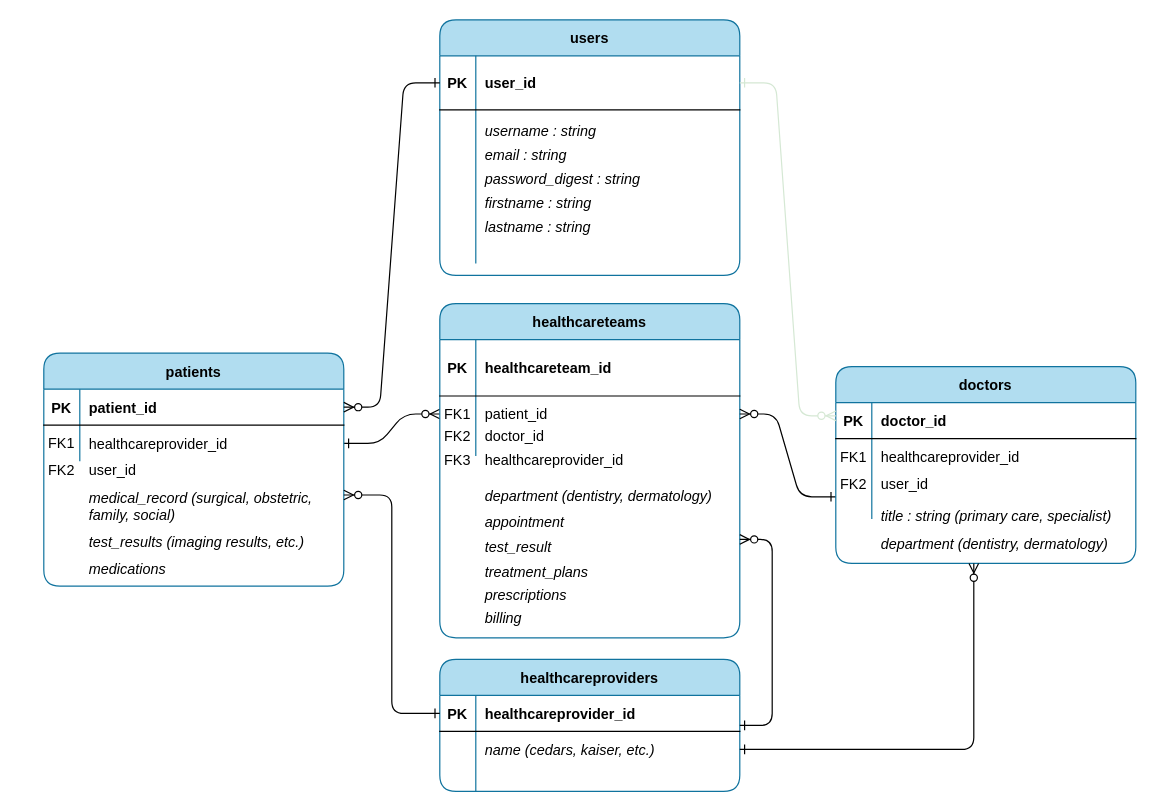
The draw.io diagram PlanMyMDVisit.drawio in fentybit/PlanMyMDVisit, before the edit. Source tidied: cells renumbered, new cells numbered last; positions are measured from the earlier drawing's top-left corner, leaving out a move shared by most shapes. Both pictures are drawn from the tidied source at 120%, with x=0, y=0 at pixel (43, 19).
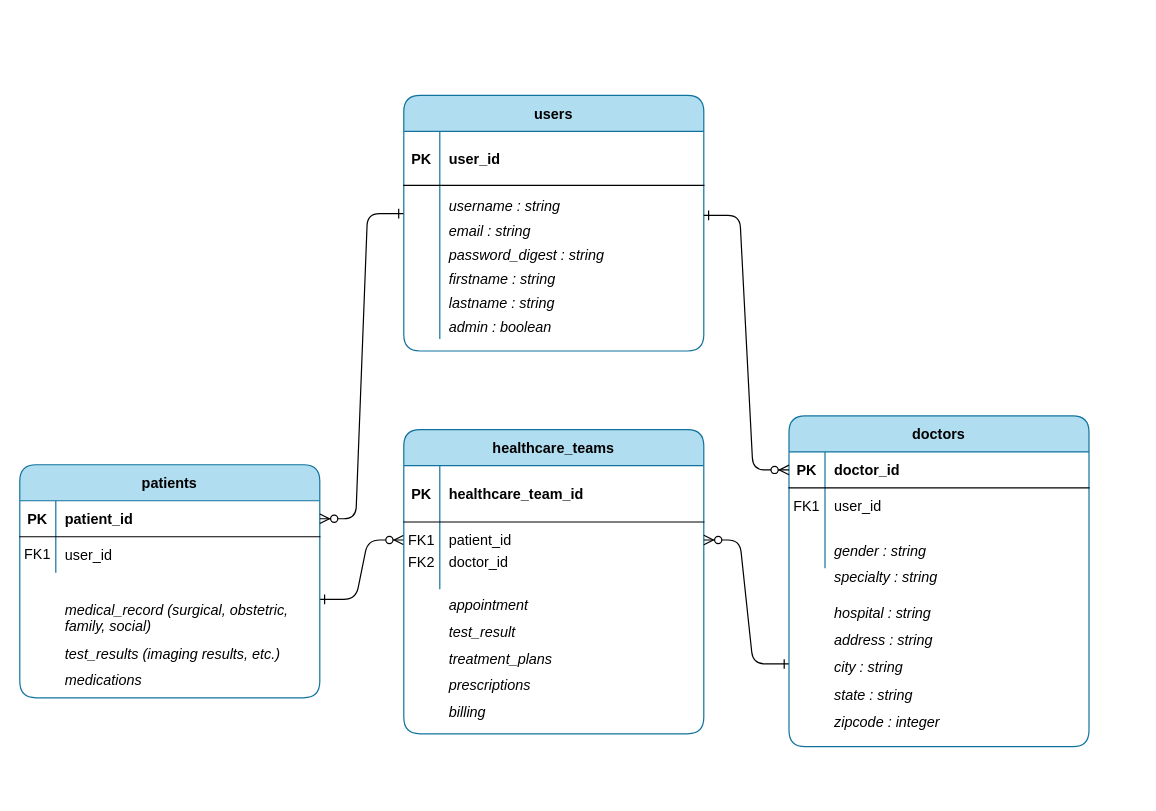
The same diagram, later.

Unchanged cells that the change refers to:
```xml
<mxCell id="4" style="shape=partialRectangle;fillColor=none;top=0;left=0;right=0;bottom=1;" parent="3" vertex="1">
  <mxGeometry y="30" width="250" height="47" as="geometry" />
</mxCell>
<mxCell id="7" style="shape=partialRectangle;fillColor=none;points=[[0,0.5],[1,0.5]];portConstraint=eastwest;top=0;left=0;right=0;bottom=0;" parent="3" vertex="1">
  <mxGeometry y="77" width="250" height="30" as="geometry" />
</mxCell>
<mxCell id="14" style="shape=partialRectangle;fillColor=none;points=[[0,0.5],[1,0.5]];portConstraint=eastwest;top=0;left=0;right=0;bottom=1;" parent="13" vertex="1">
  <mxGeometry y="30" width="250" height="30" as="geometry" />
</mxCell>
<mxCell id="17" style="shape=partialRectangle;fillColor=none;top=0;left=0;right=0;bottom=0;" parent="13" vertex="1">
  <mxGeometry y="60" width="250" height="30" as="geometry" />
</mxCell>
<mxCell id="23" style="shape=partialRectangle;fillColor=none;points=[[0,0.5],[1,0.5]];portConstraint=eastwest;top=0;left=0;right=0;bottom=1;" parent="22" vertex="1">
  <mxGeometry y="30" width="250" height="30" as="geometry" />
</mxCell>
<mxCell id="26" style="shape=partialRectangle;fillColor=none;top=0;left=0;right=0;bottom=0;" parent="22" vertex="1">
  <mxGeometry y="60" width="250" height="30" as="geometry" />
</mxCell>
<mxCell id="29" style="shape=partialRectangle;fillColor=none;points=[[0,0.5],[1,0.5]];portConstraint=eastwest;top=0;left=0;right=0;bottom=0;" parent="22" vertex="1">
  <mxGeometry y="90" width="250" height="37" as="geometry" />
</mxCell>
<mxCell id="34" style="shape=partialRectangle;fillColor=none;points=[[0,0.5],[1,0.5]];portConstraint=eastwest;top=0;left=0;right=0;bottom=1;" parent="33" vertex="1">
  <mxGeometry y="30" width="250" height="45" as="geometry" />
</mxCell>
<mxCell id="40" style="shape=partialRectangle;fillColor=none;points=[[0,0.5],[1,0.5]];portConstraint=eastwest;top=0;left=0;right=0;bottom=0;" parent="33" vertex="1">
  <mxGeometry y="105" width="250" height="98" as="geometry" />
</mxCell>
```

Diff of the diagram source:
```diff
@@
     <mxCell id="2" style="edgeStyle=entityRelationEdgeStyle;endArrow=ERzeroToMany;startArrow=ERone;endFill=1;startFill=0;" parent="1" edge="1" target="7">
       <mxGeometry relative="1" as="geometry">
-        <mxPoint x="250" y="353" as="sourcePoint" />
+        <mxPoint x="230" y="483" as="sourcePoint" />
       </mxGeometry>
     </mxCell>
-    <mxCell id="3" value="healthcareteams" style="shape=table;startSize=30;childLayout=tableLayout;rowLines=0;fontStyle=1;align=center;rounded=1;fillColor=#b1ddf0;strokeColor=#10739e;" parent="1" vertex="1">
-      <mxGeometry x="330" y="236.5" width="250" height="278.5" as="geometry" />
+    <mxCell id="3" value="healthcare_teams" style="shape=table;startSize=30;childLayout=tableLayout;rowLines=0;fontStyle=1;align=center;rounded=1;fillColor=#b1ddf0;strokeColor=#10739e;" parent="1" vertex="1">
+      <mxGeometry x="300" y="341.5" width="250" height="253.5" as="geometry" />
     </mxCell>
@@
-    <mxCell id="6" value="healthcareteam_id" style="shape=partialRectangle;overflow=hidden;fillColor=none;top=0;left=0;bottom=0;right=0;align=left;spacingLeft=6;fontStyle=1;" parent="4" vertex="1">
+    <mxCell id="6" value="healthcare_team_id" style="shape=partialRectangle;overflow=hidden;fillColor=none;top=0;left=0;bottom=0;right=0;align=left;spacingLeft=6;fontStyle=1;" parent="4" vertex="1">
       <mxGeometry x="30" width="220" height="47" as="geometry" />
     </mxCell>
@@
     <mxCell id="10" style="shape=partialRectangle;fillColor=none;top=0;left=0;right=0;bottom=0;" parent="3" vertex="1">
-      <mxGeometry y="107" width="250" height="20" as="geometry" />
+      <mxGeometry y="107" width="250" height="26" as="geometry" />
     </mxCell>
     <mxCell id="11" style="shape=partialRectangle;overflow=hidden;fillColor=none;top=0;left=0;bottom=0;right=0;" parent="10" vertex="1">
-      <mxGeometry width="30" height="20" as="geometry" />
+      <mxGeometry width="30" height="26" as="geometry" />
     </mxCell>
     <mxCell id="12" style="shape=partialRectangle;overflow=hidden;fillColor=none;top=0;left=0;bottom=0;right=0;align=left;spacingLeft=6;" parent="10" vertex="1">
-      <mxGeometry x="30" width="220" height="20" as="geometry" />
+      <mxGeometry x="30" width="220" height="26" as="geometry" />
     </mxCell>
     <mxCell id="13" value="patients" style="shape=table;startSize=30;childLayout=tableLayout;rowLines=0;fontStyle=1;align=center;rounded=1;fillColor=#b1ddf0;strokeColor=#10739e;" parent="1" vertex="1">
-      <mxGeometry y="277.8" width="250" height="194.2" as="geometry" />
+      <mxGeometry x="-20" y="370.8" width="250" height="194.2" as="geometry" />
     </mxCell>
@@
-    <mxCell id="19" value="healthcareprovider_id" style="shape=partialRectangle;overflow=hidden;fillColor=none;top=0;left=0;bottom=0;right=0;align=left;spacingLeft=6;" parent="17" vertex="1">
+    <mxCell id="19" value="user_id" style="shape=partialRectangle;overflow=hidden;fillColor=none;top=0;left=0;bottom=0;right=0;align=left;spacingLeft=6;" parent="17" vertex="1">
       <mxGeometry x="30" width="220" height="30" as="geometry" />
     </mxCell>
-    <mxCell id="20" style="edgeStyle=entityRelationEdgeStyle;endArrow=ERzeroToMany;startArrow=ERone;endFill=1;startFill=0;exitX=0;exitY=0.5;exitDx=0;exitDy=0;entryX=1;entryY=0.5;entryDx=0;entryDy=0;" parent="1" edge="1" source="29" target="7">
+    <mxCell id="20" style="edgeStyle=entityRelationEdgeStyle;endArrow=ERzeroToMany;startArrow=ERone;endFill=1;startFill=0;entryX=1;entryY=0.5;entryDx=0;entryDy=0;exitX=0;exitY=0.75;exitDx=0;exitDy=0;" parent="1" edge="1" source="22" target="7">
       <mxGeometry relative="1" as="geometry" />
     </mxCell>
     <mxCell id="21" value="FK2" style="shape=partialRectangle;overflow=hidden;fillColor=none;top=0;left=0;bottom=0;right=0;" parent="1" vertex="1">
-      <mxGeometry x="330" y="331.5" width="30" height="30" as="geometry" />
+      <mxGeometry x="300" y="436.5" width="30" height="30" as="geometry" />
     </mxCell>
     <mxCell id="22" value="doctors" style="shape=table;startSize=30;childLayout=tableLayout;rowLines=0;fontStyle=1;align=center;rounded=1;fillColor=#b1ddf0;strokeColor=#10739e;" parent="1" vertex="1">
-      <mxGeometry x="660" y="289" width="250" height="164" as="geometry" />
+      <mxGeometry x="621" y="330.1" width="250" height="275.6" as="geometry" />
     </mxCell>
@@
-    <mxCell id="28" value="healthcareprovider_id" style="shape=partialRectangle;overflow=hidden;fillColor=none;top=0;left=0;bottom=0;right=0;align=left;spacingLeft=6;" parent="26" vertex="1">
+    <mxCell id="28" value="user_id" style="shape=partialRectangle;overflow=hidden;fillColor=none;top=0;left=0;bottom=0;right=0;align=left;spacingLeft=6;" parent="26" vertex="1">
       <mxGeometry x="30" width="220" height="30" as="geometry" />
     </mxCell>
@@
     <mxCell id="32" value="doctor_id" style="shape=partialRectangle;overflow=hidden;fillColor=none;top=0;left=0;bottom=0;right=0;align=left;spacingLeft=6;" parent="1" vertex="1">
-      <mxGeometry x="360" y="331.5" width="220" height="30" as="geometry" />
+      <mxGeometry x="330" y="436.5" width="220" height="30" as="geometry" />
     </mxCell>
     <mxCell id="33" value="users" style="shape=table;startSize=30;childLayout=tableLayout;rowLines=0;fontStyle=1;align=center;rounded=1;fillColor=#b1ddf0;strokeColor=#10739e;" parent="1" vertex="1">
-      <mxGeometry x="330" width="250" height="213" as="geometry" />
+      <mxGeometry x="300" y="63" width="250" height="213" as="geometry" />
     </mxCell>
@@
-    <mxCell id="43" style="edgeStyle=entityRelationEdgeStyle;endArrow=ERzeroToMany;startArrow=ERone;endFill=1;startFill=0;exitX=0;exitY=0.5;exitDx=0;exitDy=0;entryX=1;entryY=0.5;entryDx=0;entryDy=0;" parent="1" edge="1" source="34" target="14">
+    <mxCell id="43" style="edgeStyle=entityRelationEdgeStyle;endArrow=ERzeroToMany;startArrow=ERone;endFill=1;startFill=0;entryX=1;entryY=0.5;entryDx=0;entryDy=0;exitX=-0.001;exitY=-0.066;exitDx=0;exitDy=0;exitPerimeter=0;" parent="1" edge="1" source="40" target="14">
       <mxGeometry relative="1" as="geometry" />
     </mxCell>
-    <mxCell id="44" style="edgeStyle=entityRelationEdgeStyle;endArrow=ERzeroToMany;startArrow=ERone;endFill=1;startFill=0;exitX=1;exitY=0.5;exitDx=0;exitDy=0;entryX=0;entryY=0.25;entryDx=0;entryDy=0;strokeColor=#D5E8D4;" parent="1" edge="1" source="34" target="22">
-      <mxGeometry relative="1" as="geometry" />
-    </mxCell>
     <mxCell id="45" value="firstname : string" style="shape=partialRectangle;overflow=hidden;fillColor=none;top=0;left=0;bottom=0;right=0;align=left;spacingLeft=6;fontStyle=2;" parent="1" vertex="1">
-      <mxGeometry x="360" y="137" width="220" height="30" as="geometry" />
+      <mxGeometry x="330" y="201" width="220" height="30" as="geometry" />
     </mxCell>
     <mxCell id="46" value="lastname : string" style="shape=partialRectangle;overflow=hidden;fillColor=none;top=0;left=0;bottom=0;right=0;align=left;spacingLeft=6;fontStyle=2;" parent="1" vertex="1">
-      <mxGeometry x="360" y="157" width="220" height="30" as="geometry" />
+      <mxGeometry x="330" y="221" width="220" height="30" as="geometry" />
     </mxCell>
     <mxCell id="47" value="email : string" style="shape=partialRectangle;overflow=hidden;fillColor=none;top=0;left=0;bottom=0;right=0;align=left;spacingLeft=6;fontStyle=2;" parent="1" vertex="1">
-      <mxGeometry x="360" y="97" width="220" height="30" as="geometry" />
+      <mxGeometry x="330" y="161" width="220" height="30" as="geometry" />
     </mxCell>
     <mxCell id="48" value="password_digest : string" style="shape=partialRectangle;overflow=hidden;fillColor=none;top=0;left=0;bottom=0;right=0;align=left;spacingLeft=6;fontStyle=2;" parent="1" vertex="1">
-      <mxGeometry x="360" y="117" width="220" height="30" as="geometry" />
+      <mxGeometry x="330" y="181" width="220" height="30" as="geometry" />
     </mxCell>
     <mxCell id="49" value="username : string" style="shape=partialRectangle;overflow=hidden;fillColor=none;top=0;left=0;bottom=0;right=0;align=left;spacingLeft=6;fontStyle=2;" parent="1" vertex="1">
-      <mxGeometry x="360" y="77" width="220" height="30" as="geometry" />
+      <mxGeometry x="330" y="140" width="220" height="30" as="geometry" />
     </mxCell>
-    <mxCell id="50" value="user_id" style="shape=partialRectangle;overflow=hidden;fillColor=none;top=0;left=0;bottom=0;right=0;align=left;spacingLeft=6;" parent="1" vertex="1">
-      <mxGeometry x="30" y="360.2" width="220" height="30" as="geometry" />
-    </mxCell>
     <mxCell id="51" value="FK1" style="shape=partialRectangle;overflow=hidden;fillColor=none;top=0;left=0;bottom=0;right=0;" parent="1" vertex="1">
-      <mxGeometry y="337.2" width="30" height="30" as="geometry" />
+      <mxGeometry x="-20" y="430.2" width="30" height="30" as="geometry" />
     </mxCell>
-    <mxCell id="52" value="FK2" style="shape=partialRectangle;overflow=hidden;fillColor=none;top=0;left=0;bottom=0;right=0;" parent="1" vertex="1">
-      <mxGeometry y="360.2" width="30" height="30" as="geometry" />
-    </mxCell>
-    <mxCell id="53" value="user_id" style="shape=partialRectangle;overflow=hidden;fillColor=none;top=0;left=0;bottom=0;right=0;align=left;spacingLeft=6;" parent="1" vertex="1">
-      <mxGeometry x="690" y="371.5" width="220" height="30" as="geometry" />
-    </mxCell>
-    <mxCell id="54" value="FK2" style="shape=partialRectangle;overflow=hidden;fillColor=none;top=0;left=0;bottom=0;right=0;" parent="1" vertex="1">
-      <mxGeometry x="660" y="371.5" width="30" height="30" as="geometry" />
-    </mxCell>
-    <mxCell id="55" value="title : string (primary care, specialist)" style="shape=partialRectangle;overflow=hidden;fillColor=none;top=0;left=0;bottom=0;right=0;align=left;spacingLeft=6;fontStyle=2;" parent="1" vertex="1">
-      <mxGeometry x="690" y="398.5" width="220" height="30" as="geometry" />
+    <mxCell id="55" value="specialty : string" style="shape=partialRectangle;overflow=hidden;fillColor=none;top=0;left=0;bottom=0;right=0;align=left;spacingLeft=6;fontStyle=2;" parent="1" vertex="1">
+      <mxGeometry x="651" y="449.2" width="220" height="30" as="geometry" />
     </mxCell>
     <mxCell id="56" value="medical_record (surgical, obstetric, &#10;family, social) " style="shape=partialRectangle;overflow=hidden;fillColor=none;top=0;left=0;bottom=0;right=0;align=left;spacingLeft=6;fontStyle=2;" parent="1" vertex="1">
-      <mxGeometry x="30" y="390.2" width="220" height="30" as="geometry" />
+      <mxGeometry x="10" y="483.2" width="220" height="30" as="geometry" />
     </mxCell>
     <mxCell id="57" value="treatment_plans " style="shape=partialRectangle;overflow=hidden;fillColor=none;top=0;left=0;bottom=0;right=0;align=left;spacingLeft=6;fontStyle=2;" parent="1" vertex="1">
-      <mxGeometry x="360" y="444.5" width="220" height="30" as="geometry" />
+      <mxGeometry x="330" y="517.2" width="220" height="30" as="geometry" />
     </mxCell>
     <mxCell id="58" value="test_results (imaging results, etc.)" style="shape=partialRectangle;overflow=hidden;fillColor=none;top=0;left=0;bottom=0;right=0;align=left;spacingLeft=6;fontStyle=2;" parent="1" vertex="1">
-      <mxGeometry x="30" y="420.2" width="220" height="30" as="geometry" />
+      <mxGeometry x="10" y="513.2" width="220" height="30" as="geometry" />
     </mxCell>
     <mxCell id="59" value="medications" style="shape=partialRectangle;overflow=hidden;fillColor=none;top=0;left=0;bottom=0;right=0;align=left;spacingLeft=6;fontStyle=2;" parent="1" vertex="1">
-      <mxGeometry x="30" y="442.2" width="220" height="30" as="geometry" />
+      <mxGeometry x="10" y="535.2" width="220" height="30" as="geometry" />
     </mxCell>
     <mxCell id="60" value="appointment" style="shape=partialRectangle;overflow=hidden;fillColor=none;top=0;left=0;bottom=0;right=0;align=left;spacingLeft=6;fontStyle=2;" parent="1" vertex="1">
-      <mxGeometry x="360" y="403" width="220" height="30" as="geometry" />
+      <mxGeometry x="330" y="472.2" width="220" height="30" as="geometry" />
     </mxCell>
     <mxCell id="61" value="test_result " style="shape=partialRectangle;overflow=hidden;fillColor=none;top=0;left=0;bottom=0;right=0;align=left;spacingLeft=6;fontStyle=2;" parent="1" vertex="1">
-      <mxGeometry x="360" y="424" width="220" height="30" as="geometry" />
+      <mxGeometry x="330" y="495.2" width="220" height="30" as="geometry" />
     </mxCell>
     <mxCell id="62" value="prescriptions" style="shape=partialRectangle;overflow=hidden;fillColor=none;top=0;left=0;bottom=0;right=0;align=left;spacingLeft=6;fontStyle=2;" parent="1" vertex="1">
-      <mxGeometry x="360" y="464" width="220" height="30" as="geometry" />
+      <mxGeometry x="330" y="539" width="220" height="30" as="geometry" />
     </mxCell>
     <mxCell id="63" value="billing" style="shape=partialRectangle;overflow=hidden;fillColor=none;top=0;left=0;bottom=0;right=0;align=left;spacingLeft=6;fontStyle=2;" parent="1" vertex="1">
-      <mxGeometry x="360" y="483.5" width="220" height="30" as="geometry" />
+      <mxGeometry x="330" y="561.5" width="220" height="30" as="geometry" />
     </mxCell>
-    <mxCell id="64" value="healthcareproviders" style="shape=table;startSize=30;childLayout=tableLayout;rowLines=0;fontStyle=1;align=center;rounded=1;fillColor=#b1ddf0;strokeColor=#10739e;" parent="1" vertex="1">
-      <mxGeometry x="330" y="533" width="250" height="110" as="geometry" />
-    </mxCell>
-    <mxCell id="65" style="shape=partialRectangle;fillColor=none;points=[[0,0.5],[1,0.5]];portConstraint=eastwest;top=0;left=0;right=0;bottom=1;" parent="64" vertex="1">
-      <mxGeometry y="30" width="250" height="30" as="geometry" />
-    </mxCell>
-    <mxCell id="66" value="PK" style="shape=partialRectangle;overflow=hidden;fillColor=none;top=0;left=0;bottom=0;right=0;fontStyle=1;" parent="65" vertex="1">
-      <mxGeometry width="30" height="30" as="geometry" />
-    </mxCell>
-    <mxCell id="67" value="healthcareprovider_id" style="shape=partialRectangle;overflow=hidden;fillColor=none;top=0;left=0;bottom=0;right=0;align=left;spacingLeft=6;fontStyle=1;" parent="65" vertex="1">
-      <mxGeometry x="30" width="220" height="30" as="geometry" />
-    </mxCell>
-    <mxCell id="68" style="shape=partialRectangle;fillColor=none;points=[[0,0.5],[1,0.5]];portConstraint=eastwest;top=0;left=0;right=0;bottom=0;" parent="64" vertex="1">
-      <mxGeometry y="60" width="250" height="30" as="geometry" />
-    </mxCell>
-    <mxCell id="69" style="shape=partialRectangle;overflow=hidden;fillColor=none;top=0;left=0;bottom=0;right=0;" parent="68" vertex="1">
-      <mxGeometry width="30" height="30" as="geometry" />
-    </mxCell>
-    <mxCell id="70" value="name (cedars, kaiser, etc.)" style="shape=partialRectangle;overflow=hidden;fillColor=none;top=0;left=0;bottom=0;right=0;align=left;spacingLeft=6;fontStyle=2;" parent="68" vertex="1">
-      <mxGeometry x="30" width="220" height="30" as="geometry" />
-    </mxCell>
-    <mxCell id="71" style="shape=partialRectangle;fillColor=none;top=0;left=0;right=0;bottom=0;" parent="64" vertex="1">
-      <mxGeometry y="90" width="250" height="20" as="geometry" />
-    </mxCell>
-    <mxCell id="72" style="shape=partialRectangle;overflow=hidden;fillColor=none;top=0;left=0;bottom=0;right=0;" parent="71" vertex="1">
-      <mxGeometry width="30" height="20" as="geometry" />
-    </mxCell>
-    <mxCell id="73" style="shape=partialRectangle;overflow=hidden;fillColor=none;top=0;left=0;bottom=0;right=0;align=left;spacingLeft=6;" parent="71" vertex="1">
-      <mxGeometry x="30" width="220" height="20" as="geometry" />
-    </mxCell>
-    <mxCell id="74" style="edgeStyle=elbowEdgeStyle;endArrow=ERzeroToMany;startArrow=ERone;endFill=1;startFill=0;exitX=0;exitY=0.5;exitDx=0;exitDy=0;" parent="1" edge="1" source="65">
-      <mxGeometry relative="1" as="geometry">
-        <mxPoint x="250" y="396" as="targetPoint" />
-      </mxGeometry>
-    </mxCell>
-    <mxCell id="75" style="edgeStyle=elbowEdgeStyle;endArrow=ERzeroToMany;startArrow=ERone;endFill=1;startFill=0;exitX=1;exitY=0.5;exitDx=0;exitDy=0;" parent="1" edge="1" source="68">
-      <mxGeometry relative="1" as="geometry">
-        <mxPoint x="775" y="453" as="targetPoint" />
-        <Array as="points">
-          <mxPoint x="775" y="523" />
-        </Array>
-      </mxGeometry>
-    </mxCell>
-    <mxCell id="76" style="edgeStyle=elbowEdgeStyle;endArrow=ERzeroToMany;startArrow=ERone;endFill=1;startFill=0;" parent="1" edge="1">
-      <mxGeometry relative="1" as="geometry">
-        <mxPoint x="580" y="588" as="sourcePoint" />
-        <mxPoint x="580" y="433" as="targetPoint" />
-        <Array as="points">
-          <mxPoint x="607" y="513" />
-        </Array>
-      </mxGeometry>
-    </mxCell>
-    <mxCell id="77" value="healthcareprovider_id" style="shape=partialRectangle;overflow=hidden;fillColor=none;top=0;left=0;bottom=0;right=0;align=left;spacingLeft=6;fontStyle=0;" parent="1" vertex="1">
-      <mxGeometry x="360" y="351.5" width="220" height="30" as="geometry" />
-    </mxCell>
-    <mxCell id="78" value="FK3" style="shape=partialRectangle;overflow=hidden;fillColor=none;top=0;left=0;bottom=0;right=0;" parent="1" vertex="1">
-      <mxGeometry x="330" y="351.5" width="30" height="30" as="geometry" />
-    </mxCell>
-    <mxCell id="79" value="department (dentistry, dermatology)" style="shape=partialRectangle;overflow=hidden;fillColor=none;top=0;left=0;bottom=0;right=0;align=left;spacingLeft=6;fontStyle=2;" parent="1" vertex="1">
-      <mxGeometry x="690" y="421.5" width="220" height="30" as="geometry" />
+    <mxCell id="79" value="gender : string" style="shape=partialRectangle;overflow=hidden;fillColor=none;top=0;left=0;bottom=0;right=0;align=left;spacingLeft=6;fontStyle=2;" parent="1" vertex="1">
+      <mxGeometry x="651" y="427.2" width="220" height="30" as="geometry" />
     </mxCell>
-    <mxCell id="80" value="department (dentistry, dermatology)" style="shape=partialRectangle;overflow=hidden;fillColor=none;top=0;left=0;bottom=0;right=0;align=left;spacingLeft=6;fontStyle=2;" parent="1" vertex="1">
-      <mxGeometry x="360" y="381.5" width="220" height="30" as="geometry" />
+    <mxCell id="80" value="hospital : string" style="shape=partialRectangle;overflow=hidden;fillColor=none;top=0;left=0;bottom=0;right=0;align=left;spacingLeft=6;fontStyle=2;" parent="1" vertex="1">
+      <mxGeometry x="651" y="479.2" width="220" height="30" as="geometry" />
     </mxCell>
+    <mxCell id="81" value="admin : boolean" style="shape=partialRectangle;overflow=hidden;fillColor=none;top=0;left=0;bottom=0;right=0;align=left;spacingLeft=6;fontStyle=2;" parent="1" vertex="1">
+      <mxGeometry x="330" y="241" width="220" height="30" as="geometry" />
+    </mxCell>
+    <mxCell id="82" value="address : string" style="shape=partialRectangle;overflow=hidden;fillColor=none;top=0;left=0;bottom=0;right=0;align=left;spacingLeft=6;fontStyle=2;" parent="1" vertex="1">
+      <mxGeometry x="651" y="501.7" width="220" height="30" as="geometry" />
+    </mxCell>
+    <mxCell id="83" value="city : string" style="shape=partialRectangle;overflow=hidden;fillColor=none;top=0;left=0;bottom=0;right=0;align=left;spacingLeft=6;fontStyle=2;" parent="1" vertex="1">
+      <mxGeometry x="651" y="524.2" width="220" height="30" as="geometry" />
+    </mxCell>
+    <mxCell id="84" value="state : string" style="shape=partialRectangle;overflow=hidden;fillColor=none;top=0;left=0;bottom=0;right=0;align=left;spacingLeft=6;fontStyle=2;" parent="1" vertex="1">
+      <mxGeometry x="651" y="547.2" width="220" height="30" as="geometry" />
+    </mxCell>
+    <mxCell id="85" value="zipcode : integer" style="shape=partialRectangle;overflow=hidden;fillColor=none;top=0;left=0;bottom=0;right=0;align=left;spacingLeft=6;fontStyle=2;" parent="1" vertex="1">
+      <mxGeometry x="651" y="570.2" width="220" height="30" as="geometry" />
+    </mxCell>
+    <mxCell id="86" style="edgeStyle=entityRelationEdgeStyle;endArrow=ERzeroToMany;startArrow=ERone;endFill=1;startFill=0;entryX=0;entryY=0.5;entryDx=0;entryDy=0;" parent="1" edge="1" target="23">
+      <mxGeometry relative="1" as="geometry">
+        <mxPoint x="550" y="163" as="sourcePoint" />
+      </mxGeometry>
+    </mxCell>
```
